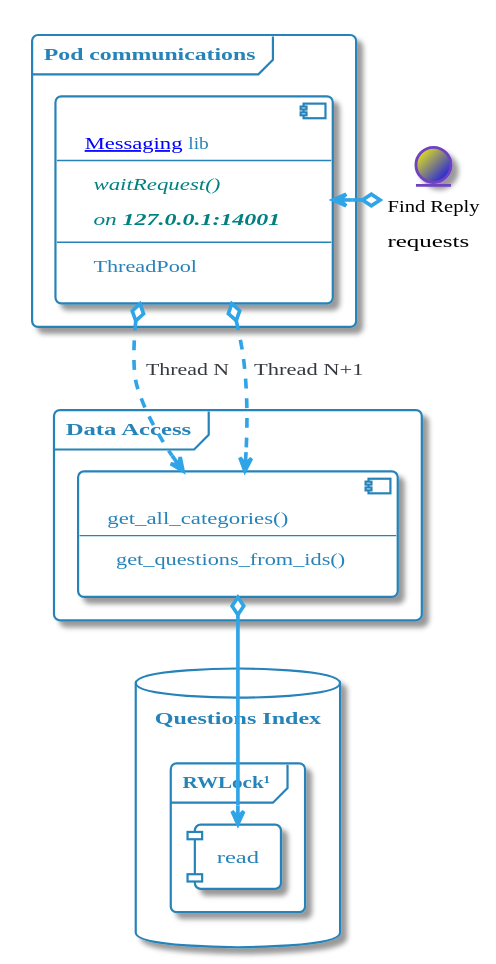
momenttech/maestro-architecture keeps this PlantUML diagram as images/plantuml/Admin/admin/Admin_Index.svg. Above is the earlier version.
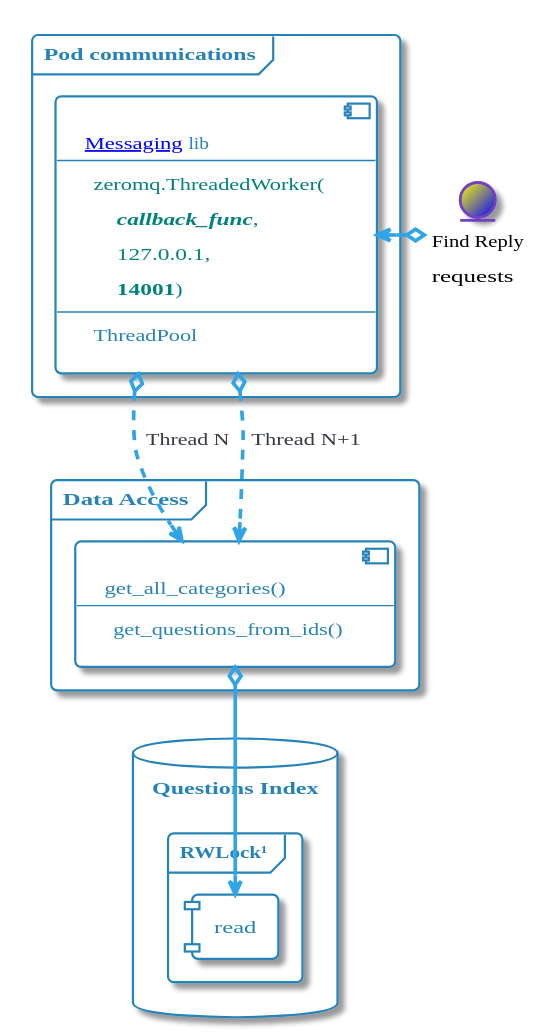
After the change.

Change to the diagram source:
```diff
@@ -1,4 +1,4 @@
-@startuml
+@startuml Admin_Index
 
 
 
@@ -319,6 +319,7 @@
 
 hide stereotype
 
+skinparam backgroundColor transparent
 !pragma horizontalLineBetweenDifferentPackageAllowed
 
 skinparam file<<NOTE>> {
@@ -412,14 +413,17 @@
 
 
 
+
 Entity "Find Reply\nrequests" <<FINDREP>> as AdminPodComInterface
 
         frame "Pod communications" as AdminPodCom {
             component ADM_MSG [
                 [[http://10.165.64.205/AI/Messaging Messaging]] lib
                 ----
-                <i><color:teal>waitRequest()</color></i>
-                <i><color:teal>on <b>127.0.0.1:14001</b></color></i>
+                <color:teal>zeromq.ThreadedWorker(</color>
+                <color:teal>    <i><b>callback_func</b></i>,</color>
+                <color:teal>    127.0.0.1,</color>
+                <color:teal>    <b>14001</b>)</color>
                 ---
                 ThreadPool
                 ]
```
